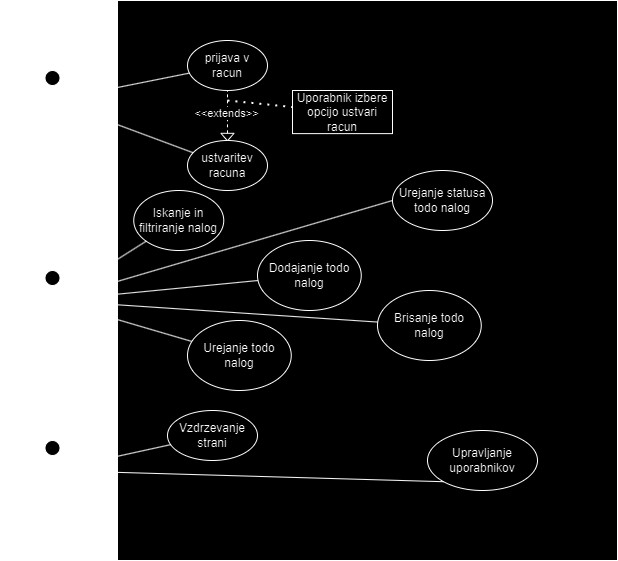
Above: DPURIS.png in yoru301/ToDo (draw.io), before the change. Source tidied: cells renumbered, new cells last; positions are measured from the earlier drawing's top-left corner, leaving out a move shared by most shapes.
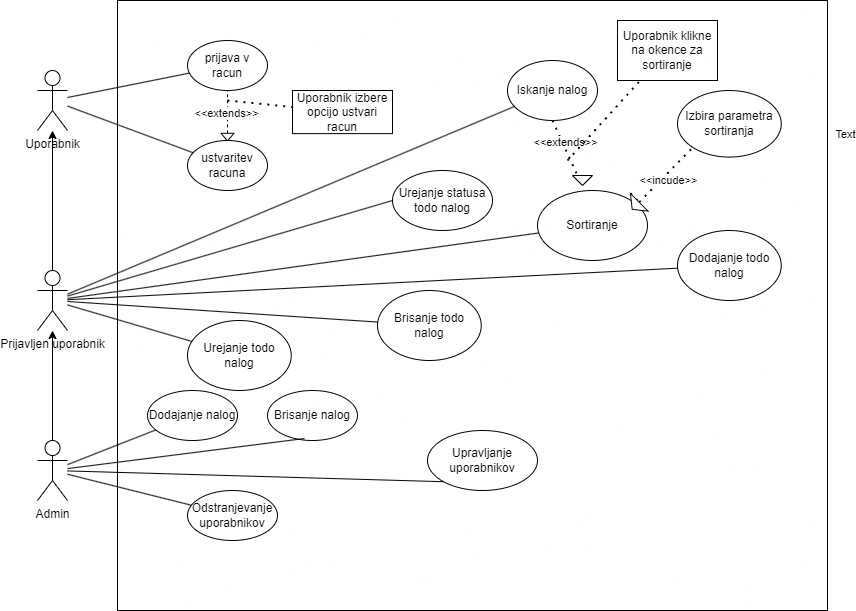
Above is the later version.

Commit message:
DPU: nadgrajen

The edit, as a diff of the source:
```diff
@@ -3,7 +3,7 @@
     <mxCell id="0" />
     <mxCell id="1" parent="0" />
     <mxCell id="2" style="rounded=0;whiteSpace=wrap;html=1;" parent="1" vertex="1">
-      <mxGeometry x="80" width="500" height="560" as="geometry" />
+      <mxGeometry x="80" width="710" height="610" as="geometry" />
     </mxCell>
     <mxCell id="3" style="edgeStyle=orthogonalEdgeStyle;rounded=0;jettySize=auto;html=1;exitX=0.5;exitY=0;exitDx=0;exitDy=0;exitPerimeter=0;" parent="1" edge="1" source="5" target="4">
       <mxGeometry relative="1" as="geometry" />
@@ -49,7 +49,7 @@
       <mxGeometry x="255" y="90" width="100" height="43.1" as="geometry" />
     </mxCell>
     <mxCell id="16" value="Dodajanje todo nalog" style="ellipse;whiteSpace=wrap;html=1;" parent="1" vertex="1">
-      <mxGeometry x="220" y="240" width="103.8" height="70" as="geometry" />
+      <mxGeometry x="640" y="230" width="103.8" height="70" as="geometry" />
     </mxCell>
     <mxCell id="17" value="Urejanje todo nalog" style="ellipse;whiteSpace=wrap;html=1;" parent="1" vertex="1">
       <mxGeometry x="150" y="320" width="103.8" height="70" as="geometry" />
@@ -57,8 +57,8 @@
     <mxCell id="18" value="Brisanje todo nalog" style="ellipse;whiteSpace=wrap;html=1;" parent="1" vertex="1">
       <mxGeometry x="340" y="290" width="103.8" height="70" as="geometry" />
     </mxCell>
-    <mxCell id="19" value="Iskanje in filtriranje nalog" style="ellipse;whiteSpace=wrap;html=1;" parent="1" vertex="1">
-      <mxGeometry x="96.2" y="190" width="90" height="60" as="geometry" />
+    <mxCell id="19" value="Iskanje nalog" style="ellipse;whiteSpace=wrap;html=1;" parent="1" vertex="1">
+      <mxGeometry x="470" y="60" width="90" height="60" as="geometry" />
     </mxCell>
     <mxCell id="20" style="endArrow=none;html=1;rounded=0;" parent="1" edge="1" source="5" target="16">
       <mxGeometry relative="1" as="geometry" />
@@ -78,8 +78,8 @@
     <mxCell id="25" style="endArrow=classic;html=1;rounded=0;" parent="1" edge="1" source="24" target="5">
       <mxGeometry relative="1" as="geometry" />
     </mxCell>
-    <mxCell id="26" value="Vzdrzevanje strani" style="ellipse;whiteSpace=wrap;html=1;" parent="1" vertex="1">
-      <mxGeometry x="130" y="410" width="90" height="50" as="geometry" />
+    <mxCell id="26" value="Dodajanje nalog" style="ellipse;whiteSpace=wrap;html=1;" parent="1" vertex="1">
+      <mxGeometry x="110" y="390" width="90" height="50" as="geometry" />
     </mxCell>
     <mxCell id="27" style="endArrow=none;html=1;rounded=0;" parent="1" edge="1" source="24" target="26">
       <mxGeometry relative="1" as="geometry" />
@@ -96,5 +96,66 @@
     <mxCell id="31" style="endArrow=none;html=1;rounded=0;entryX=0;entryY=0.5;entryDx=0;entryDy=0;" parent="1" edge="1" source="5" target="30">
       <mxGeometry relative="1" as="geometry" />
     </mxCell>
+    <mxCell id="32" value="Odstranjevanje uporabnikov" style="ellipse;whiteSpace=wrap;html=1;" parent="1" vertex="1">
+      <mxGeometry x="150" y="490" width="90" height="50" as="geometry" />
+    </mxCell>
+    <mxCell id="33" style="endArrow=none;html=1;rounded=0;" parent="1" edge="1" source="24" target="32">
+      <mxGeometry relative="1" as="geometry" />
+    </mxCell>
+    <mxCell id="34" value="Brisanje nalog" style="ellipse;whiteSpace=wrap;html=1;" parent="1" vertex="1">
+      <mxGeometry x="230" y="390" width="90" height="50" as="geometry" />
+    </mxCell>
+    <mxCell id="35" style="endArrow=none;html=1;rounded=0;entryX=0.411;entryY=0.96;entryDx=0;entryDy=0;entryPerimeter=0;" parent="1" edge="1" source="24" target="34">
+      <mxGeometry relative="1" as="geometry" />
+    </mxCell>
+    <mxCell id="36" value="Sortiranje" style="ellipse;whiteSpace=wrap;html=1;" parent="1" vertex="1">
+      <mxGeometry x="500" y="190" width="110" height="70" as="geometry" />
+    </mxCell>
+    <mxCell id="37" style="endArrow=none;html=1;rounded=0;" parent="1" edge="1" source="5" target="36">
+      <mxGeometry relative="1" as="geometry" />
+    </mxCell>
+    <mxCell id="38" value="Izbira parametra&lt;div&gt;sortiranja&lt;/div&gt;" style="ellipse;whiteSpace=wrap;html=1;" parent="1" vertex="1">
+      <mxGeometry x="640" y="90" width="103.8" height="66.6" as="geometry" />
+    </mxCell>
+    <mxCell id="39" style="endArrow=none;dashed=1;html=1;dashPattern=1 3;strokeWidth=2;rounded=0;entryX=0;entryY=1;entryDx=0;entryDy=0;" parent="1" edge="1" source="48" target="38">
+      <mxGeometry relative="1" as="geometry" />
+    </mxCell>
+    <mxCell id="40" style="endArrow=none;dashed=1;html=1;dashPattern=1 3;strokeWidth=2;rounded=0;exitX=0.5;exitY=1;exitDx=0;exitDy=0;entryX=0;entryY=0.75;entryDx=0;entryDy=0;" parent="1" edge="1" source="19" target="45">
+      <mxGeometry relative="1" as="geometry" />
+    </mxCell>
+    <mxCell id="41" value="&amp;lt;&amp;lt;extends&amp;gt;&amp;gt;" style="edgeLabel;html=1;align=center;verticalAlign=middle;" parent="40" vertex="1">
+      <mxGeometry x="0.33" y="-1" relative="1" as="geometry">
+        <mxPoint x="-3" y="-15" as="offset" />
+      </mxGeometry>
+    </mxCell>
+    <mxCell id="42" value="Text" style="edgeLabel;html=1;align=center;verticalAlign=middle;" parent="40" vertex="1">
+      <mxGeometry x="0.26" y="-7" relative="1" as="geometry">
+        <mxPoint x="283" y="-24" as="offset" />
+      </mxGeometry>
+    </mxCell>
+    <mxCell id="43" style="endArrow=none;dashed=1;html=1;dashPattern=1 3;strokeWidth=2;rounded=0;" parent="1" edge="1" target="44">
+      <mxGeometry relative="1" as="geometry">
+        <mxPoint x="530" y="160" as="sourcePoint" />
+      </mxGeometry>
+    </mxCell>
+    <mxCell id="44" value="Uporabnik klikne na okence za sortiranje" style="rounded=0;whiteSpace=wrap;html=1;" parent="1" vertex="1">
+      <mxGeometry x="580" y="20" width="100" height="60" as="geometry" />
+    </mxCell>
+    <mxCell id="45" style="triangle;whiteSpace=wrap;html=1;rotation=90;" parent="1" vertex="1">
+      <mxGeometry x="540" y="170" width="10" height="20" as="geometry" />
+    </mxCell>
+    <mxCell id="46" style="endArrow=none;dashed=1;html=1;dashPattern=1 3;strokeWidth=2;rounded=0;entryX=0;entryY=1;entryDx=0;entryDy=0;" parent="1" edge="1" target="48">
+      <mxGeometry relative="1" as="geometry">
+        <mxPoint x="600" y="200" as="sourcePoint" />
+      </mxGeometry>
+    </mxCell>
+    <mxCell id="47" value="&amp;lt;&amp;lt;incude&amp;gt;&amp;gt;" style="edgeLabel;html=1;align=center;verticalAlign=middle;" parent="46" vertex="1">
+      <mxGeometry x="-0.17" y="4" relative="1" as="geometry">
+        <mxPoint x="36" y="-20" as="offset" />
+      </mxGeometry>
+    </mxCell>
+    <mxCell id="48" style="triangle;whiteSpace=wrap;html=1;rotation=135;" parent="1" vertex="1">
+      <mxGeometry x="593.2" y="192.8" width="10" height="25" as="geometry" />
+    </mxCell>
   </root>
 </mxGraphModel>
```
